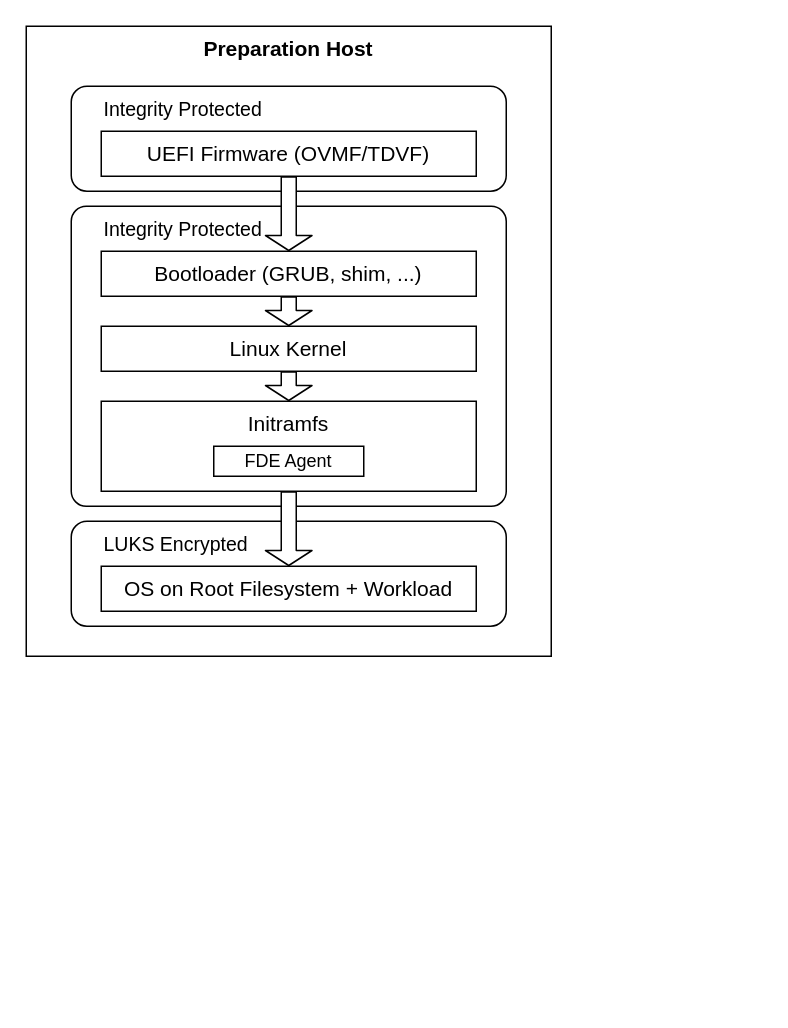
Earlier version of the draw.io diagram full-disk-encryption/figures/overview_preparation.drawio (intel/confidential-computing.tee.tools). Source tidied: cells renumbered, new cells numbered last; positions are measured from the earlier drawing's top-left corner, leaving out a move shared by most shapes. Both pictures are drawn from the tidied source at 150%, with x=0, y=0 at pixel (26, 26).
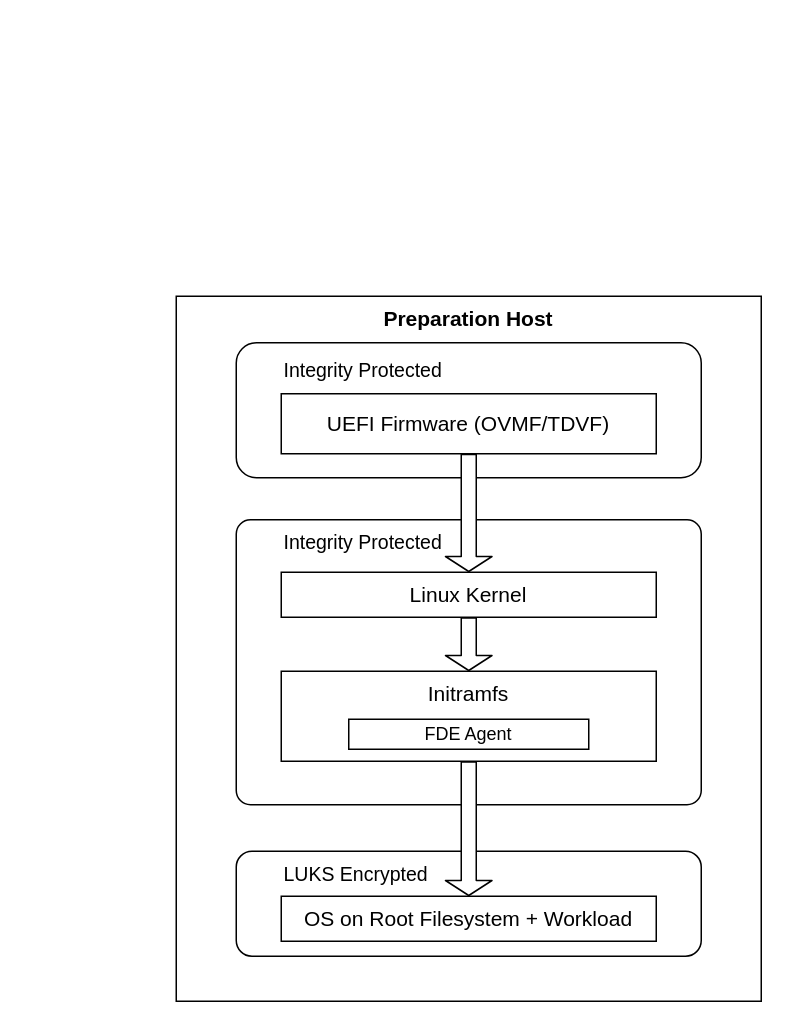
Above is the later version.

What changed in the source:
```diff
@@
 <mxGraphModel>
   <root>
     <mxCell id="0" />
     <mxCell id="1" parent="0" />
-    <mxCell id="2" value="Preparation Host" style="rounded=0;whiteSpace=wrap;html=1;fontSize=14;verticalAlign=top;fontStyle=1;" parent="1" vertex="1">
-      <mxGeometry width="350" height="420" as="geometry" />
+    <mxCell id="2" value="&lt;div&gt;&lt;span style=&quot;background-color: transparent; color: light-dark(rgb(0, 0, 0), rgb(255, 255, 255));&quot;&gt;Preparation Host&lt;/span&gt;&lt;/div&gt;" style="rounded=0;whiteSpace=wrap;html=1;fontSize=14;verticalAlign=top;fontStyle=1;" parent="1" vertex="1">
+      <mxGeometry x="100" y="180" width="390" height="470" as="geometry" />
     </mxCell>
-    <mxCell id="3" style="rounded=1;whiteSpace=wrap;html=1;fillColor=default;arcSize=15;strokeColor=default;align=center;verticalAlign=middle;fontFamily=Helvetica;fontSize=12;fontColor=default;" parent="1" vertex="1">
-      <mxGeometry x="30" y="40" width="290" height="70" as="geometry" />
-    </mxCell>
-    <mxCell id="4" style="rounded=1;whiteSpace=wrap;html=1;fillColor=default;arcSize=5;" parent="1" vertex="1">
-      <mxGeometry x="30" y="120" width="290" height="200" as="geometry" />
-    </mxCell>
+    <mxCell id="19" style="rounded=1;whiteSpace=wrap;html=1;fillColor=default;arcSize=15;strokeColor=default;align=center;verticalAlign=middle;fontFamily=Helvetica;fontSize=12;fontColor=default;" parent="1" vertex="1">
+      <mxGeometry x="140" y="211" width="310" height="90" as="geometry" />
+    </mxCell>
+    <mxCell id="20" style="rounded=1;whiteSpace=wrap;html=1;fillColor=default;arcSize=5;" parent="1" vertex="1">
+      <mxGeometry x="140" y="329" width="310" height="190" as="geometry" />
+    </mxCell>
-    <mxCell id="5" value="UEFI&amp;nbsp;Firmware (OVMF/TDVF)" style="rounded=0;whiteSpace=wrap;html=1;fontSize=14;" parent="1" vertex="1">
-      <mxGeometry x="50" y="70" width="250" height="30" as="geometry" />
+    <mxCell id="5" value="UEFI Firmware (OVMF/TDVF)" style="rounded=0;whiteSpace=wrap;html=1;fontSize=14;" parent="1" vertex="1">
+      <mxGeometry x="170" y="245" width="250" height="40" as="geometry" />
     </mxCell>
-    <mxCell id="6" value="Bootloader (GRUB, shim, ...)" style="rounded=0;whiteSpace=wrap;html=1;fontSize=14;" parent="1" vertex="1">
-      <mxGeometry x="50" y="150" width="250" height="30" as="geometry" />
-    </mxCell>
     <mxCell id="7" value="Linux Kernel" style="rounded=0;whiteSpace=wrap;html=1;fontSize=14;" parent="1" vertex="1">
-      <mxGeometry x="50" y="200" width="250" height="30" as="geometry" />
+      <mxGeometry x="170" y="364" width="250" height="30" as="geometry" />
     </mxCell>
     <mxCell id="8" value="Initramfs" style="rounded=0;whiteSpace=wrap;html=1;fontSize=14;verticalAlign=top;" parent="1" vertex="1">
-      <mxGeometry x="50" y="250" width="250" height="60" as="geometry" />
+      <mxGeometry x="170" y="430" width="250" height="60" as="geometry" />
     </mxCell>
-    <mxCell id="9" style="shape=flexArrow;endArrow=classic;html=1;exitX=0.5;exitY=1;exitDx=0;exitDy=0;entryX=0.5;entryY=0;entryDx=0;entryDy=0;endSize=3;startSize=2;fillColor=default;" parent="1" edge="1" source="5" target="6">
-      <mxGeometry relative="1" as="geometry" />
-    </mxCell>
-    <mxCell id="10" style="shape=flexArrow;endArrow=classic;html=1;entryX=0.5;entryY=0;entryDx=0;entryDy=0;endSize=3;startSize=2;" parent="1" edge="1" target="7">
-      <mxGeometry relative="1" as="geometry">
-        <mxPoint x="175" y="180" as="sourcePoint" />
-      </mxGeometry>
-    </mxCell>
+    <mxCell id="21" style="shape=flexArrow;endArrow=classic;html=1;exitX=0.5;exitY=1;exitDx=0;exitDy=0;entryX=0.5;entryY=0;entryDx=0;entryDy=0;endSize=3;startSize=2;fillColor=default;" parent="1" edge="1" source="5" target="7">
+      <mxGeometry relative="1" as="geometry" />
+    </mxCell>
     <mxCell id="11" style="shape=flexArrow;endArrow=classic;html=1;entryX=0.5;entryY=0;entryDx=0;entryDy=0;endSize=3;startSize=2;exitX=0.5;exitY=1;exitDx=0;exitDy=0;" parent="1" edge="1" source="7" target="8">
       <mxGeometry relative="1" as="geometry" />
     </mxCell>
-    <mxCell id="12" value="Integrity Protected" style="text;html=1;align=left;verticalAlign=middle;whiteSpace=wrap;rounded=0;fontSize=13;" parent="1" vertex="1">
-      <mxGeometry x="50" y="120" width="140" height="30" as="geometry" />
-    </mxCell>
-    <mxCell id="13" style="rounded=1;whiteSpace=wrap;html=1;fillColor=default;arcSize=15;strokeColor=default;align=center;verticalAlign=middle;fontFamily=Helvetica;fontSize=12;fontColor=default;" parent="1" vertex="1">
-      <mxGeometry x="30" y="330" width="290" height="70" as="geometry" />
-    </mxCell>
+    <mxCell id="22" value="Integrity Protected" style="text;html=1;align=left;verticalAlign=middle;whiteSpace=wrap;rounded=0;fontSize=13;" parent="1" vertex="1">
+      <mxGeometry x="170" y="329" width="110" height="30" as="geometry" />
+    </mxCell>
+    <mxCell id="23" style="rounded=1;whiteSpace=wrap;html=1;fillColor=default;arcSize=15;strokeColor=default;align=center;verticalAlign=middle;fontFamily=Helvetica;fontSize=12;fontColor=default;" parent="1" vertex="1">
+      <mxGeometry x="140" y="550" width="310" height="70" as="geometry" />
+    </mxCell>
     <mxCell id="14" value="OS on Root Filesystem + Workload" style="rounded=0;whiteSpace=wrap;html=1;fontSize=14;" parent="1" vertex="1">
-      <mxGeometry x="50" y="360" width="250" height="30" as="geometry" />
+      <mxGeometry x="170" y="580" width="250" height="30" as="geometry" />
     </mxCell>
     <mxCell id="15" value="LUKS Encrypted" style="text;html=1;align=left;verticalAlign=middle;whiteSpace=wrap;rounded=0;fontSize=13;" parent="1" vertex="1">
-      <mxGeometry x="50" y="330" width="140" height="30" as="geometry" />
+      <mxGeometry x="170" y="550" width="180" height="30" as="geometry" />
     </mxCell>
     <mxCell id="16" style="shape=flexArrow;endArrow=classic;html=1;entryX=0.5;entryY=0;entryDx=0;entryDy=0;endSize=3;startSize=2;fillColor=default;exitX=0.5;exitY=1;exitDx=0;exitDy=0;" parent="1" edge="1" source="8" target="14">
       <mxGeometry relative="1" as="geometry" />
     </mxCell>
-    <mxCell id="17" value="Integrity Protected" style="text;html=1;align=left;verticalAlign=middle;whiteSpace=wrap;rounded=0;fontSize=13;" parent="1" vertex="1">
-      <mxGeometry x="50" y="40" width="140" height="30" as="geometry" />
-    </mxCell>
+    <mxCell id="24" value="Integrity Protected" style="text;html=1;align=left;verticalAlign=middle;whiteSpace=wrap;rounded=0;fontSize=13;" parent="1" vertex="1">
+      <mxGeometry x="170" y="214" width="200" height="30" as="geometry" />
+    </mxCell>
     <mxCell id="18" value="FDE Agent" style="rounded=0;whiteSpace=wrap;html=1;fontSize=12;" parent="1" vertex="1">
-      <mxGeometry x="125" y="280" width="100" height="20" as="geometry" />
+      <mxGeometry x="215" y="462" width="160" height="20" as="geometry" />
     </mxCell>
   </root>
 </mxGraphModel>
```
